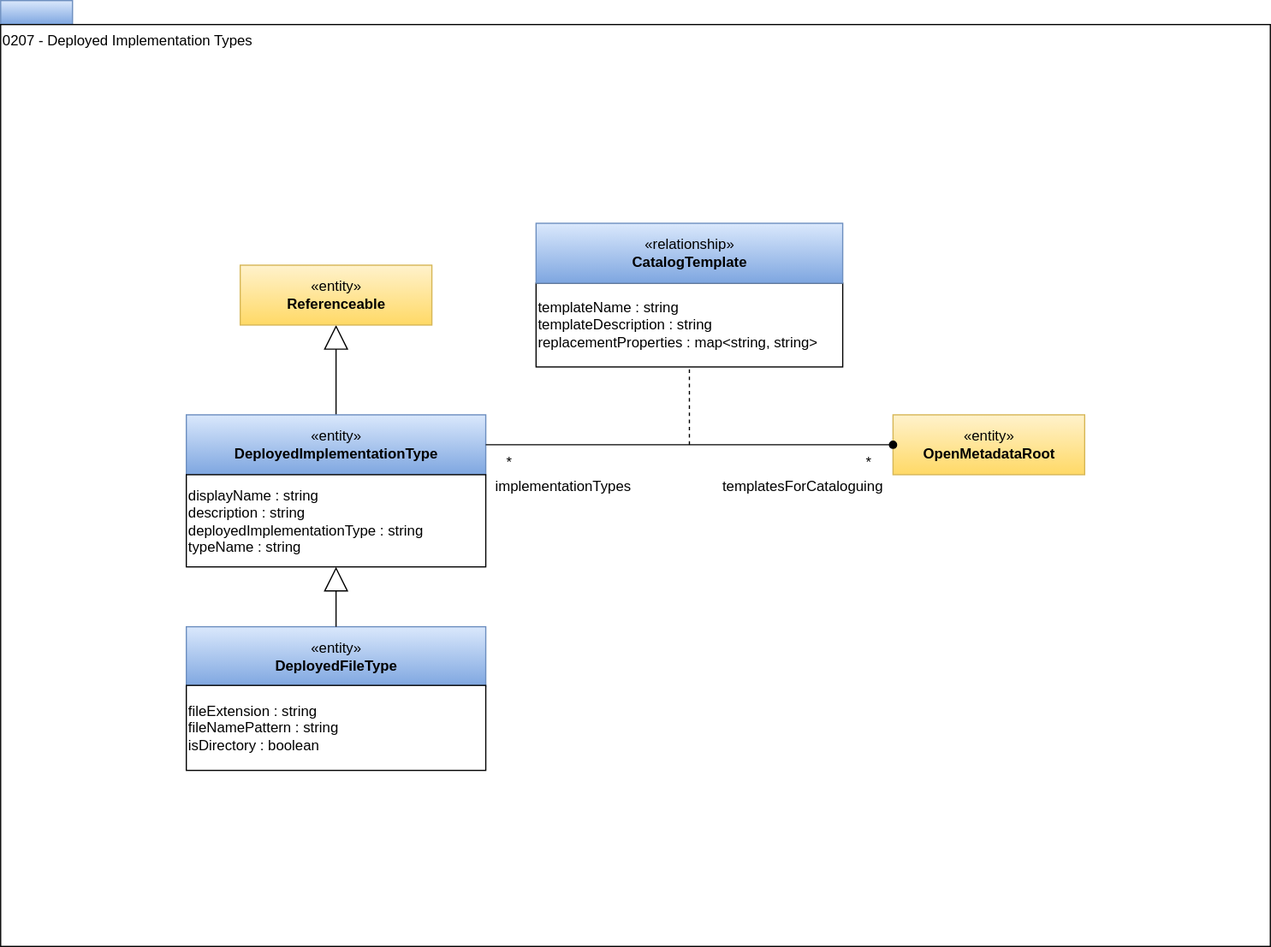
This is site/docs/types/2/0207-Deployed-Implementation-Types.svg from odpi/egeria-docs, a draw.io export, as it was before one commit. Source tidied: cells renumbered, new cells last; positions are measured from the earlier drawing's top-left corner, leaving out a move shared by most shapes.
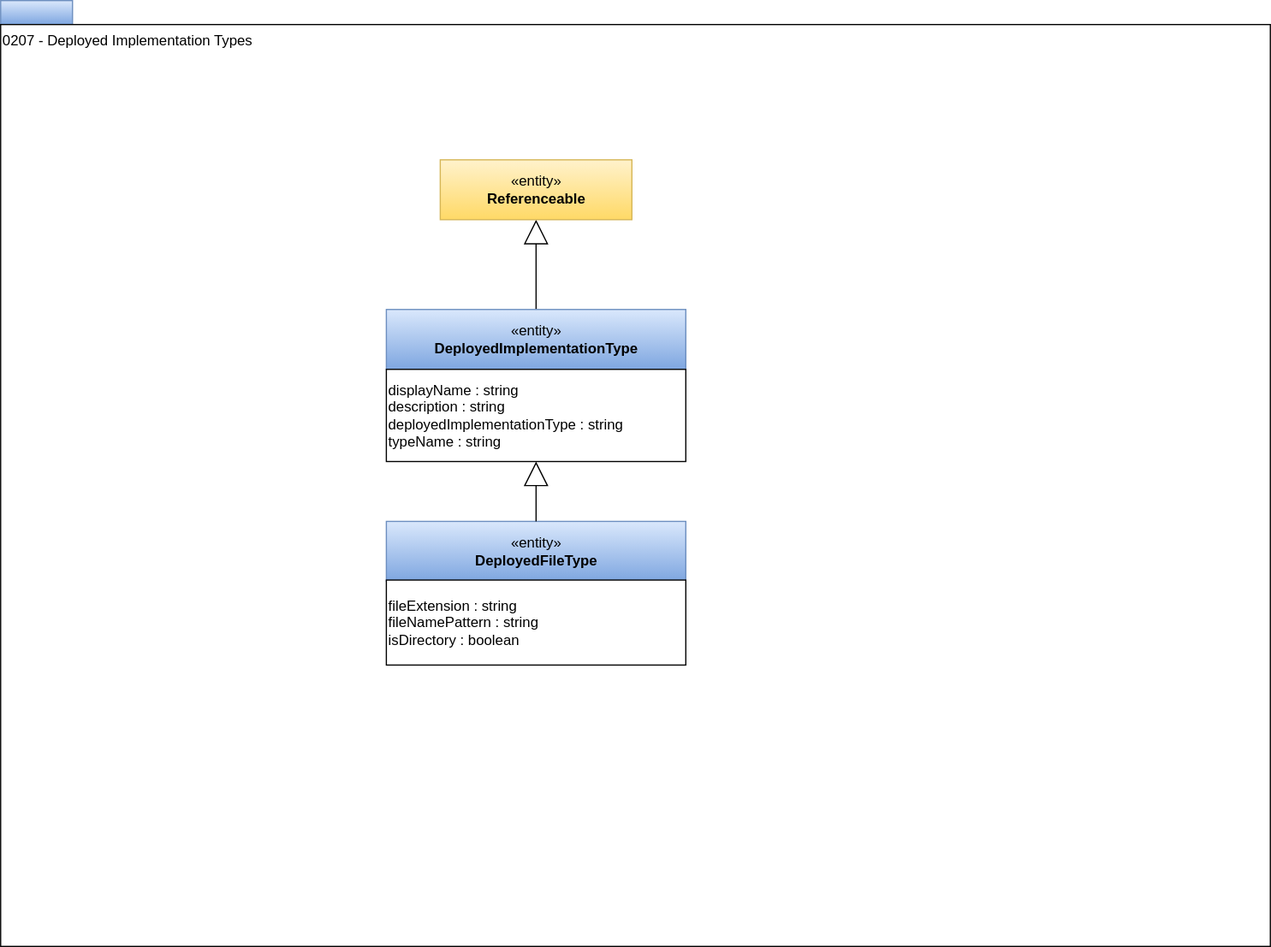
Above is the later version.

What changed in the source:
```diff
@@ -9,54 +9,25 @@
       <mxGeometry y="20" width="1060" height="770" as="geometry" />
     </mxCell>
     <mxCell id="4" value="«entity»&lt;br&gt;&lt;b&gt;DeployedFileType&lt;/b&gt;" style="html=1;strokeColor=#6c8ebf;align=center;fillColor=#dae8fc;gradientColor=#7ea6e0;" parent="1" vertex="1">
-      <mxGeometry x="155" y="523" width="250" height="50" as="geometry" />
+      <mxGeometry x="322" y="435" width="250" height="50" as="geometry" />
     </mxCell>
-    <mxCell id="5" style="edgeStyle=orthogonalEdgeStyle;rounded=0;jettySize=auto;html=1;exitX=0.5;exitY=0;exitDx=0;exitDy=0;endArrow=block;endFill=0;endSize=18;" parent="1" edge="1" source="6" target="18">
+    <mxCell id="5" style="edgeStyle=orthogonalEdgeStyle;rounded=0;jettySize=auto;html=1;exitX=0.5;exitY=0;exitDx=0;exitDy=0;endArrow=block;endFill=0;endSize=18;" parent="1" edge="1" source="6" target="9">
       <mxGeometry relative="1" as="geometry" />
     </mxCell>
     <mxCell id="6" value="«entity»&lt;br&gt;&lt;b&gt;DeployedImplementationType&lt;/b&gt;" style="html=1;strokeColor=#6c8ebf;align=center;fillColor=#dae8fc;gradientColor=#7ea6e0;" parent="1" vertex="1">
-      <mxGeometry x="155" y="346" width="250" height="50" as="geometry" />
+      <mxGeometry x="322" y="258" width="250" height="50" as="geometry" />
     </mxCell>
-    <mxCell id="7" value="«entity»&lt;br&gt;&lt;b&gt;OpenMetadataRoot&lt;/b&gt;" style="html=1;strokeColor=#d6b656;align=center;fillColor=#fff2cc;gradientColor=#ffd966;" parent="1" vertex="1">
-      <mxGeometry x="745" y="346" width="160" height="50" as="geometry" />
+    <mxCell id="7" value="fileExtension : string&lt;br&gt;fileNamePattern : string&lt;br&gt;isDirectory : boolean" style="rounded=0;whiteSpace=wrap;html=1;strokeColor=#000000;gradientColor=#ffffff;align=left;" parent="1" vertex="1">
+      <mxGeometry x="322" y="484" width="250" height="71" as="geometry" />
     </mxCell>
-    <mxCell id="8" style="endArrow=none;html=1;startArrow=oval;startFill=1;entryX=1;entryY=0.5;entryDx=0;entryDy=0;" parent="1" edge="1" source="7" target="6">
-      <mxGeometry relative="1" as="geometry" />
+    <mxCell id="8" value="displayName : string&lt;br&gt;description : string&lt;br&gt;deployedImplementationType : string&lt;br&gt;typeName : string" style="rounded=0;whiteSpace=wrap;html=1;strokeColor=#000000;gradientColor=#ffffff;align=left;" parent="1" vertex="1">
+      <mxGeometry x="322" y="308" width="250" height="77" as="geometry" />
     </mxCell>
-    <mxCell id="9" value="*" style="text;html=1;strokeColor=none;fillColor=none;align=center;verticalAlign=middle;whiteSpace=wrap;rounded=0;" parent="1" vertex="1">
-      <mxGeometry x="405" y="376" width="40" height="20" as="geometry" />
+    <mxCell id="9" value="«entity»&lt;br&gt;&lt;b&gt;Referenceable&lt;/b&gt;" style="html=1;strokeColor=#d6b656;align=center;fillColor=#fff2cc;gradientColor=#ffd966;" parent="1" vertex="1">
+      <mxGeometry x="367" y="133" width="160" height="50" as="geometry" />
     </mxCell>
-    <mxCell id="10" value="implementationTypes" style="text;html=1;strokeColor=none;fillColor=none;align=center;verticalAlign=middle;whiteSpace=wrap;rounded=0;" parent="1" vertex="1">
-      <mxGeometry x="405" y="396" width="129.5" height="20" as="geometry" />
+    <mxCell id="10" style="edgeStyle=orthogonalEdgeStyle;rounded=0;jettySize=auto;html=1;exitX=0.5;exitY=0;exitDx=0;exitDy=0;endArrow=block;endFill=0;endSize=18;entryX=0.5;entryY=1;entryDx=0;entryDy=0;" parent="1" edge="1" source="4" target="8">
+      <mxGeometry relative="1" as="geometry" />
     </mxCell>
-    <mxCell id="11" value="templatesForCataloguing" style="text;html=1;strokeColor=none;fillColor=none;align=center;verticalAlign=middle;whiteSpace=wrap;rounded=0;" parent="1" vertex="1">
-      <mxGeometry x="595" y="396" width="150" height="20" as="geometry" />
-    </mxCell>
-    <mxCell id="12" value="*" style="text;html=1;strokeColor=none;fillColor=none;align=center;verticalAlign=middle;whiteSpace=wrap;rounded=0;" parent="1" vertex="1">
-      <mxGeometry x="705" y="376" width="40" height="20" as="geometry" />
-    </mxCell>
-    <mxCell id="13" style="endArrow=none;dashed=1;html=1;entryX=0.5;entryY=1;entryDx=0;entryDy=0;" parent="1" edge="1" target="14">
-      <mxGeometry relative="1" as="geometry">
-        <mxPoint x="575" y="371" as="sourcePoint" />
-      </mxGeometry>
-    </mxCell>
-    <mxCell id="14" value="templateName : string&lt;br&gt;templateDescription : string&lt;br&gt;replacementProperties : map&amp;lt;string, string&amp;gt;" style="rounded=0;whiteSpace=wrap;html=1;strokeColor=#000000;gradientColor=#ffffff;align=left;" parent="1" vertex="1">
-      <mxGeometry x="447" y="236" width="256" height="70" as="geometry" />
-    </mxCell>
-    <mxCell id="15" value="«relationship»&lt;br&gt;&lt;b&gt;CatalogTemplate&lt;/b&gt;" style="html=1;strokeColor=#6c8ebf;align=center;fillColor=#dae8fc;gradientColor=#7ea6e0;" parent="1" vertex="1">
-      <mxGeometry x="447" y="186" width="256" height="50" as="geometry" />
-    </mxCell>
-    <mxCell id="16" value="fileExtension : string&lt;br&gt;fileNamePattern : string&lt;br&gt;isDirectory : boolean" style="rounded=0;whiteSpace=wrap;html=1;strokeColor=#000000;gradientColor=#ffffff;align=left;" parent="1" vertex="1">
-      <mxGeometry x="155" y="572" width="250" height="71" as="geometry" />
-    </mxCell>
-    <mxCell id="17" value="displayName : string&lt;br&gt;description : string&lt;br&gt;deployedImplementationType : string&lt;br&gt;typeName : string" style="rounded=0;whiteSpace=wrap;html=1;strokeColor=#000000;gradientColor=#ffffff;align=left;" parent="1" vertex="1">
-      <mxGeometry x="155" y="396" width="250" height="77" as="geometry" />
-    </mxCell>
-    <mxCell id="18" value="«entity»&lt;br&gt;&lt;b&gt;Referenceable&lt;/b&gt;" style="html=1;strokeColor=#d6b656;align=center;fillColor=#fff2cc;gradientColor=#ffd966;" parent="1" vertex="1">
-      <mxGeometry x="200" y="221" width="160" height="50" as="geometry" />
-    </mxCell>
-    <mxCell id="19" style="edgeStyle=orthogonalEdgeStyle;rounded=0;jettySize=auto;html=1;exitX=0.5;exitY=0;exitDx=0;exitDy=0;endArrow=block;endFill=0;endSize=18;entryX=0.5;entryY=1;entryDx=0;entryDy=0;" parent="1" edge="1" source="4" target="17">
-      <mxGeometry relative="1" as="geometry" />
-    </mxCell>
   </root>
 </mxGraphModel>
```
